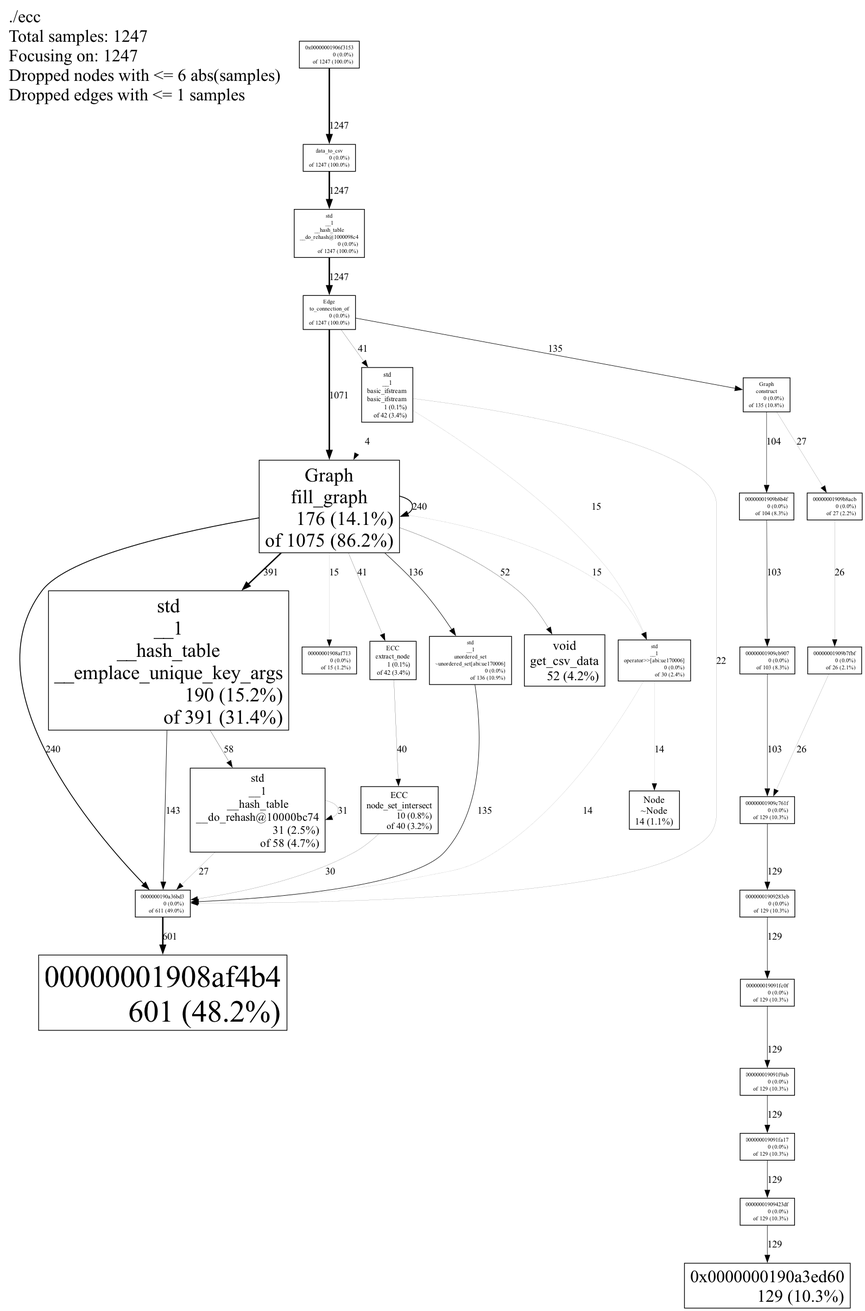
hankelse/ECC-rc_Implementation keeps this Graphviz diagram as output.png. Above is the earlier version. Its source is kept beside it as output.dot.
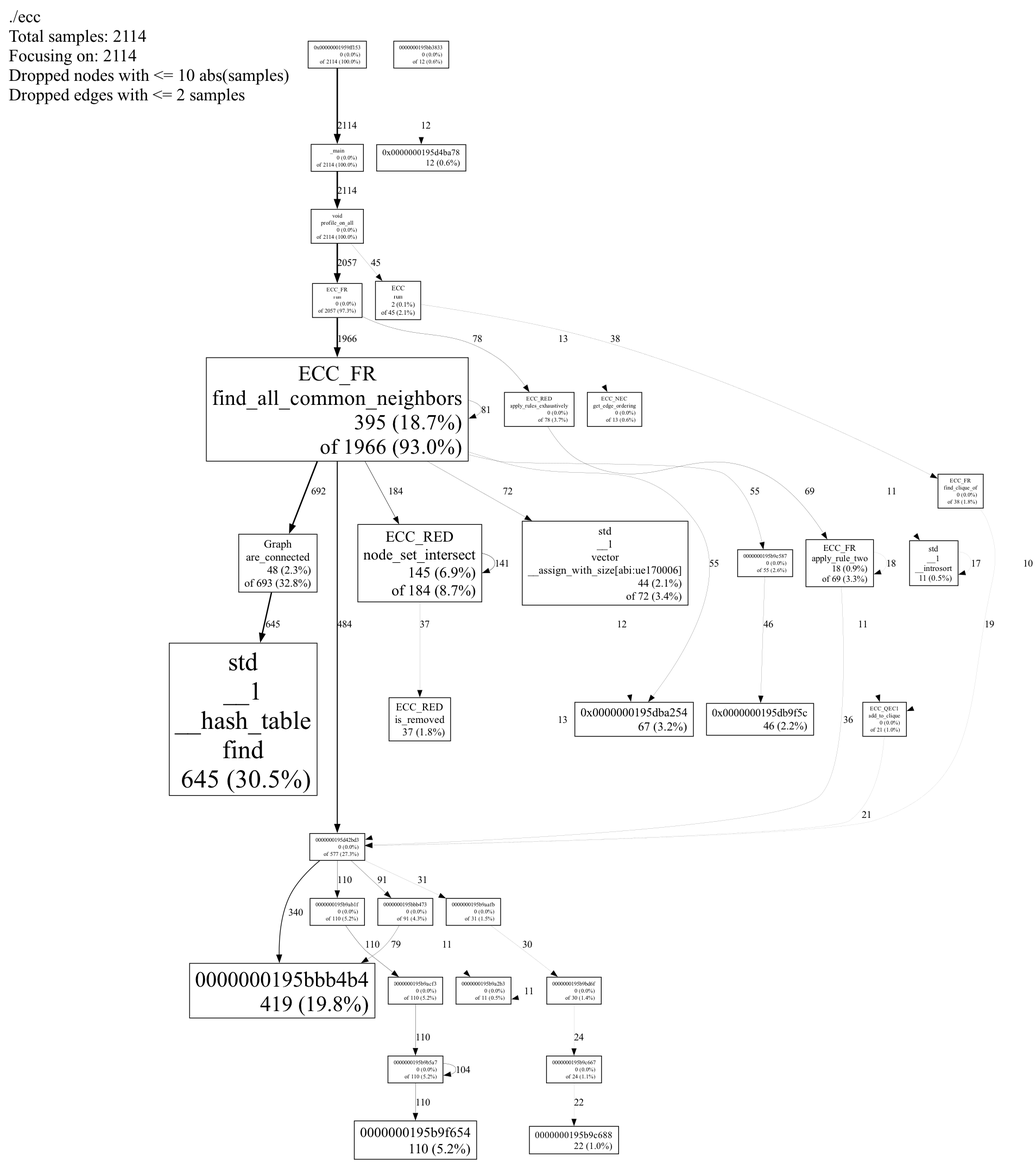
The same file after the commit.

What changed in the source:
```diff
@@ -1,72 +1,83 @@
-digraph "./ecc; 1247 samples" {
+digraph "./ecc; 2114 samples" {
 node [width=0.375,height=0.25];
-Legend [shape=box,fontsize=24,shape=plaintext,label="./ecc\lTotal samples: 1247\lFocusing on: 1247\lDropped nodes with <= 6 abs(samples)\lDropped edges with <= 1 samples\l"];
-N1 [label="0x00000001906f3153\n0 (0.0%)\rof 1247 (100.0%)\r",shape=box,fontsize=8.0];
-N2 [label="Edge\nto_connection_of\n0 (0.0%)\rof 1247 (100.0%)\r",shape=box,fontsize=8.0];
-N3 [label="data_to_csv\n0 (0.0%)\rof 1247 (100.0%)\r",shape=box,fontsize=8.0];
-N4 [label="std\n__1\n__hash_table\n__do_rehash@1000098c4\n0 (0.0%)\rof 1247 (100.0%)\r",shape=box,fontsize=8.0];
-N5 [label="Graph\nfill_graph\n176 (14.1%)\rof 1075 (86.2%)\r",shape=box,fontsize=26.8];
-N6 [label="0000000190a36bd3\n0 (0.0%)\rof 611 (49.0%)\r",shape=box,fontsize=8.0];
-N7 [label="00000001908af4b4\n601 (48.2%)\r",shape=box,fontsize=42.7];
-N8 [label="std\n__1\n__hash_table\n__emplace_unique_key_args\n190 (15.2%)\rof 391 (31.4%)\r",shape=box,fontsize=27.5];
-N9 [label="std\n__1\nunordered_set\n~unordered_set[abi:ue170006]\n0 (0.0%)\rof 136 (10.9%)\r",shape=box,fontsize=8.0];
-N10 [label="Graph\nconstruct\n0 (0.0%)\rof 135 (10.8%)\r",shape=box,fontsize=8.0];
-N11 [label="000000019091f9ab\n0 (0.0%)\rof 129 (10.3%)\r",shape=box,fontsize=8.0];
-N12 [label="000000019091fa17\n0 (0.0%)\rof 129 (10.3%)\r",shape=box,fontsize=8.0];
-N13 [label="000000019091fc0f\n0 (0.0%)\rof 129 (10.3%)\r",shape=box,fontsize=8.0];
-N14 [label="00000001909283eb\n0 (0.0%)\rof 129 (10.3%)\r",shape=box,fontsize=8.0];
-N15 [label="00000001909423df\n0 (0.0%)\rof 129 (10.3%)\r",shape=box,fontsize=8.0];
-N16 [label="00000001909c761f\n0 (0.0%)\rof 129 (10.3%)\r",shape=box,fontsize=8.0];
-N17 [label="0x0000000190a3ed60\n129 (10.3%)\r",shape=box,fontsize=24.1];
-N18 [label="00000001909b8b4f\n0 (0.0%)\rof 104 (8.3%)\r",shape=box,fontsize=8.0];
-N19 [label="00000001909cb907\n0 (0.0%)\rof 103 (8.3%)\r",shape=box,fontsize=8.0];
-N20 [label="std\n__1\n__hash_table\n__do_rehash@10000bc74\n31 (2.5%)\rof 58 (4.7%)\r",shape=box,fontsize=15.9];
-N21 [label="void\nget_csv_data\n52 (4.2%)\r",shape=box,fontsize=18.2];
-N22 [label="ECC\nextract_node\n1 (0.1%)\rof 42 (3.4%)\r",shape=box,fontsize=9.4];
-N23 [label="std\n__1\nbasic_ifstream\nbasic_ifstream\n1 (0.1%)\rof 42 (3.4%)\r",shape=box,fontsize=9.4];
-N24 [label="ECC\nnode_set_intersect\n10 (0.8%)\rof 40 (3.2%)\r",shape=box,fontsize=12.5];
-N25 [label="std\n__1\noperator>>[abi:ue170006]\n0 (0.0%)\rof 30 (2.4%)\r",shape=box,fontsize=8.0];
-N26 [label="00000001909b8acb\n0 (0.0%)\rof 27 (2.2%)\r",shape=box,fontsize=8.0];
-N27 [label="00000001909b7fbf\n0 (0.0%)\rof 26 (2.1%)\r",shape=box,fontsize=8.0];
-N28 [label="00000001908af713\n0 (0.0%)\rof 15 (1.2%)\r",shape=box,fontsize=8.0];
-N29 [label="Node\n~Node\n14 (1.1%)\r",shape=box,fontsize=13.3];
-N4 -> N2 [label=1247, weight=146, style="setlinewidth(2.000000)"];
-N1 -> N3 [label=1247, weight=146, style="setlinewidth(2.000000)"];
-N3 -> N4 [label=1247, weight=146, style="setlinewidth(2.000000)"];
-N2 -> N5 [label=1071, weight=132, style="setlinewidth(2.000000)"];
-N6 -> N7 [label=601, weight=88, style="setlinewidth(2.000000)"];
-N5 -> N8 [label=391, weight=65, style="setlinewidth(1.881315)"];
-N5 -> N6 [label=240, weight=46, style="setlinewidth(1.154771)"];
-N5 -> N5 [label=240, weight=46, style="setlinewidth(1.154771)"];
-N8 -> N6 [label=143, weight=32, style="setlinewidth(0.688051)"];
-N5 -> N9 [label=136, weight=31, style="setlinewidth(0.654370)"];
-N2 -> N10 [label=135, weight=30, style="setlinewidth(0.649559)"];
-N9 -> N6 [label=135, weight=30, style="setlinewidth(0.649559)"];
-N12 -> N15 [label=129, weight=30, style="setlinewidth(0.620690)"];
-N15 -> N17 [label=129, weight=30, style="setlinewidth(0.620690)"];
-N11 -> N12 [label=129, weight=30, style="setlinewidth(0.620690)"];
-N13 -> N11 [label=129, weight=30, style="setlinewidth(0.620690)"];
-N16 -> N14 [label=129, weight=30, style="setlinewidth(0.620690)"];
-N14 -> N13 [label=129, weight=30, style="setlinewidth(0.620690)"];
-N10 -> N18 [label=104, weight=25, style="setlinewidth(0.500401)"];
-N19 -> N16 [label=103, weight=25, style="setlinewidth(0.495589)"];
-N18 -> N19 [label=103, weight=25, style="setlinewidth(0.495589)"];
-N8 -> N20 [label=58, weight=17, style="setlinewidth(0.279070)"];
-N5 -> N21 [label=52, weight=15, style="setlinewidth(0.250200)"];
-N5 -> N22 [label=41, weight=13, style="setlinewidth(0.197273)"];
-N2 -> N23 [label=41, weight=13, style="setlinewidth(0.197273)"];
-N22 -> N24 [label=40, weight=13, style="setlinewidth(0.192462)"];
-N20 -> N20 [label=31, weight=11, style="setlinewidth(0.149158)"];
-N24 -> N6 [label=30, weight=10, style="setlinewidth(0.144346)"];
-N10 -> N26 [label=27, weight=10, style="setlinewidth(0.129912)"];
-N20 -> N6 [label=27, weight=10, style="setlinewidth(0.129912)"];
-N26 -> N27 [label=26, weight=9, style="setlinewidth(0.125100)"];
-N27 -> N16 [label=26, weight=9, style="setlinewidth(0.125100)"];
-N23 -> N6 [label=22, weight=8, style="setlinewidth(0.105854)"];
-N23 -> N25 [label=15, weight=6, style="setlinewidth(0.072173)"];
-N5 -> N25 [label=15, weight=6, style="setlinewidth(0.072173)"];
-N5 -> N28 [label=15, weight=6, style="setlinewidth(0.072173)"];
-N25 -> N29 [label=14, weight=6, style="setlinewidth(0.067362)"];
-N25 -> N6 [label=14, weight=6, style="setlinewidth(0.067362)"];
-N23 -> N5 [label=4, weight=2, style="setlinewidth(0.019246)"];
+Legend [shape=box,fontsize=24,shape=plaintext,label="./ecc\lTotal samples: 2114\lFocusing on: 2114\lDropped nodes with <= 10 abs(samples)\lDropped edges with <= 2 samples\l"];
+N1 [label="0x00000001959ff153\n0 (0.0%)\rof 2114 (100.0%)\r",shape=box,fontsize=8.0];
+N2 [label="_main\n0 (0.0%)\rof 2114 (100.0%)\r",shape=box,fontsize=8.0];
+N3 [label="void\nprofile_on_all\n0 (0.0%)\rof 2114 (100.0%)\r",shape=box,fontsize=8.0];
+N4 [label="ECC_FR\nrun\n0 (0.0%)\rof 2057 (97.3%)\r",shape=box,fontsize=8.0];
+N5 [label="ECC_FR\nfind_all_common_neighbors\n395 (18.7%)\rof 1966 (93.0%)\r",shape=box,fontsize=29.6];
+N6 [label="Graph\nare_connected\n48 (2.3%)\rof 693 (32.8%)\r",shape=box,fontsize=15.5];
+N7 [label="std\n__1\n__hash_table\nfind\n645 (30.5%)\r",shape=box,fontsize=35.6];
+N8 [label="0000000195d42bd3\n0 (0.0%)\rof 577 (27.3%)\r",shape=box,fontsize=8.0];
+N9 [label="0000000195bbb4b4\n419 (19.8%)\r",shape=box,fontsize=30.3];
+N10 [label="ECC_RED\nnode_set_intersect\n145 (6.9%)\rof 184 (8.7%)\r",shape=box,fontsize=21.1];
+N11 [label="0000000195b9ab1f\n0 (0.0%)\rof 110 (5.2%)\r",shape=box,fontsize=8.0];
+N12 [label="0000000195b9acf3\n0 (0.0%)\rof 110 (5.2%)\r",shape=box,fontsize=8.0];
+N13 [label="0000000195b9b5a7\n0 (0.0%)\rof 110 (5.2%)\r",shape=box,fontsize=8.0];
+N14 [label="0000000195b9f654\n110 (5.2%)\r",shape=box,fontsize=19.4];
+N15 [label="0000000195bbb473\n0 (0.0%)\rof 91 (4.3%)\r",shape=box,fontsize=8.0];
+N16 [label="ECC_RED\napply_rules_exhaustively\n0 (0.0%)\rof 78 (3.7%)\r",shape=box,fontsize=8.0];
+N17 [label="std\n__1\nvector\n__assign_with_size[abi:ue170006]\n44 (2.1%)\rof 72 (3.4%)\r",shape=box,fontsize=15.2];
+N18 [label="ECC_FR\napply_rule_two\n18 (0.9%)\rof 69 (3.3%)\r",shape=box,fontsize=12.6];
+N19 [label="0x0000000195dba254\n67 (3.2%)\r",shape=box,fontsize=16.9];
+N20 [label="0000000195b9e587\n0 (0.0%)\rof 55 (2.6%)\r",shape=box,fontsize=8.0];
+N21 [label="0x0000000195db9f5c\n46 (2.2%)\r",shape=box,fontsize=15.4];
+N22 [label="ECC\nrun\n2 (0.1%)\rof 45 (2.1%)\r",shape=box,fontsize=9.5];
+N23 [label="ECC_FR\nfind_clique_of\n0 (0.0%)\rof 38 (1.8%)\r",shape=box,fontsize=8.0];
+N24 [label="ECC_RED\nis_removed\n37 (1.8%)\r",shape=box,fontsize=14.6];
+N25 [label="0000000195b9aafb\n0 (0.0%)\rof 31 (1.5%)\r",shape=box,fontsize=8.0];
+N26 [label="0000000195b9bd6f\n0 (0.0%)\rof 30 (1.4%)\r",shape=box,fontsize=8.0];
+N27 [label="0000000195b9c667\n0 (0.0%)\rof 24 (1.1%)\r",shape=box,fontsize=8.0];
+N28 [label="0000000195b9c688\n22 (1.0%)\r",shape=box,fontsize=13.1];
+N29 [label="ECC_QEC1\nadd_to_clique\n0 (0.0%)\rof 21 (1.0%)\r",shape=box,fontsize=8.0];
+N30 [label="ECC_NEC\nget_edge_ordering\n0 (0.0%)\rof 13 (0.6%)\r",shape=box,fontsize=8.0];
+N31 [label="0000000195bb3833\n0 (0.0%)\rof 12 (0.6%)\r",shape=box,fontsize=8.0];
+N32 [label="0x0000000195d4ba78\n12 (0.6%)\r",shape=box,fontsize=11.8];
+N33 [label="0000000195b9a2b3\n0 (0.0%)\rof 11 (0.5%)\r",shape=box,fontsize=8.0];
+N34 [label="std\n__1\n__introsort\n11 (0.5%)\r",shape=box,fontsize=11.6];
+N1 -> N2 [label=2114, weight=212, style="setlinewidth(2.000000)"];
+N2 -> N3 [label=2114, weight=212, style="setlinewidth(2.000000)"];
+N3 -> N4 [label=2057, weight=208, style="setlinewidth(2.000000)"];
+N4 -> N5 [label=1966, weight=202, style="setlinewidth(2.000000)"];
+N5 -> N6 [label=692, weight=97, style="setlinewidth(1.964049)"];
+N6 -> N7 [label=645, weight=92, style="setlinewidth(1.830653)"];
+N5 -> N8 [label=484, weight=75, style="setlinewidth(1.373699)"];
+N8 -> N9 [label=340, weight=59, style="setlinewidth(0.964995)"];
+N5 -> N10 [label=184, weight=38, style="setlinewidth(0.522233)"];
+N10 -> N10 [label=141, weight=31, style="setlinewidth(0.400189)"];
+N13 -> N14 [label=110, weight=26, style="setlinewidth(0.312204)"];
+N12 -> N13 [label=110, weight=26, style="setlinewidth(0.312204)"];
+N8 -> N11 [label=110, weight=26, style="setlinewidth(0.312204)"];
+N11 -> N12 [label=110, weight=26, style="setlinewidth(0.312204)"];
+N13 -> N13 [label=104, weight=25, style="setlinewidth(0.295175)"];
+N8 -> N15 [label=91, weight=23, style="setlinewidth(0.258278)"];
+N5 -> N5 [label=81, weight=21, style="setlinewidth(0.229896)"];
+N15 -> N9 [label=79, weight=21, style="setlinewidth(0.224219)"];
+N4 -> N16 [label=78, weight=21, style="setlinewidth(0.221381)"];
+N5 -> N17 [label=72, weight=19, style="setlinewidth(0.204352)"];
+N16 -> N18 [label=69, weight=19, style="setlinewidth(0.195837)"];
+N5 -> N19 [label=55, weight=16, style="setlinewidth(0.156102)"];
+N5 -> N20 [label=55, weight=16, style="setlinewidth(0.156102)"];
+N20 -> N21 [label=46, weight=14, style="setlinewidth(0.130558)"];
+N3 -> N22 [label=45, weight=14, style="setlinewidth(0.127720)"];
+N22 -> N23 [label=38, weight=12, style="setlinewidth(0.107852)"];
+N10 -> N24 [label=37, weight=12, style="setlinewidth(0.105014)"];
+N18 -> N8 [label=36, weight=12, style="setlinewidth(0.102176)"];
+N8 -> N25 [label=31, weight=11, style="setlinewidth(0.087985)"];
+N25 -> N26 [label=30, weight=10, style="setlinewidth(0.085147)"];
+N26 -> N27 [label=24, weight=9, style="setlinewidth(0.068117)"];
+N27 -> N28 [label=22, weight=8, style="setlinewidth(0.062441)"];
+N29 -> N8 [label=21, weight=8, style="setlinewidth(0.059603)"];
+N23 -> N8 [label=19, weight=7, style="setlinewidth(0.053926)"];
+N18 -> N18 [label=18, weight=7, style="setlinewidth(0.051088)"];
+N34 -> N34 [label=17, weight=7, style="setlinewidth(0.048250)"];
+N4 -> N30 [label=13, weight=6, style="setlinewidth(0.036897)"];
+N17 -> N8 [label=13, weight=6, style="setlinewidth(0.036897)"];
+N17 -> N19 [label=12, weight=5, style="setlinewidth(0.034059)"];
+N31 -> N32 [label=12, weight=5, style="setlinewidth(0.034059)"];
+N33 -> N33 [label=11, weight=5, style="setlinewidth(0.031220)"];
+N30 -> N34 [label=11, weight=5, style="setlinewidth(0.031220)"];
+N18 -> N29 [label=11, weight=5, style="setlinewidth(0.031220)"];
+N15 -> N33 [label=11, weight=5, style="setlinewidth(0.031220)"];
+N23 -> N29 [label=10, weight=5, style="setlinewidth(0.028382)"];
 }
```
